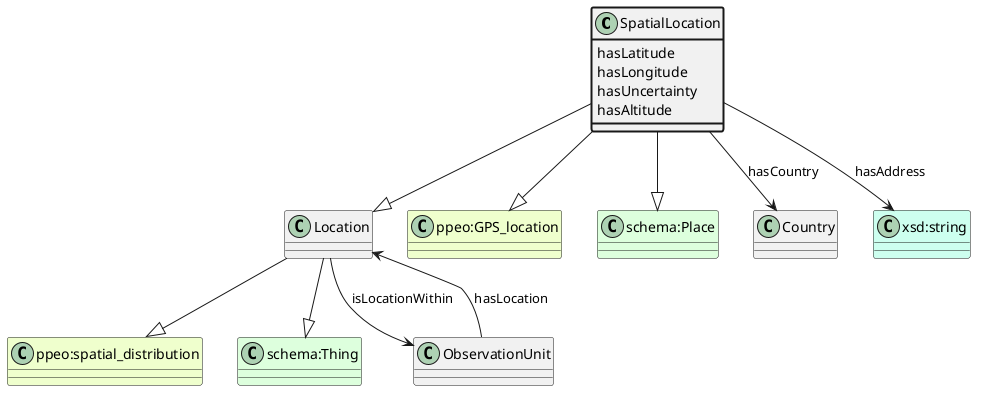
Before: ttl_uml/ttl_appn_SpatialLocation.png, a diagram exported from PlantUML (aus-plant-phenomics-network/appn-schema).
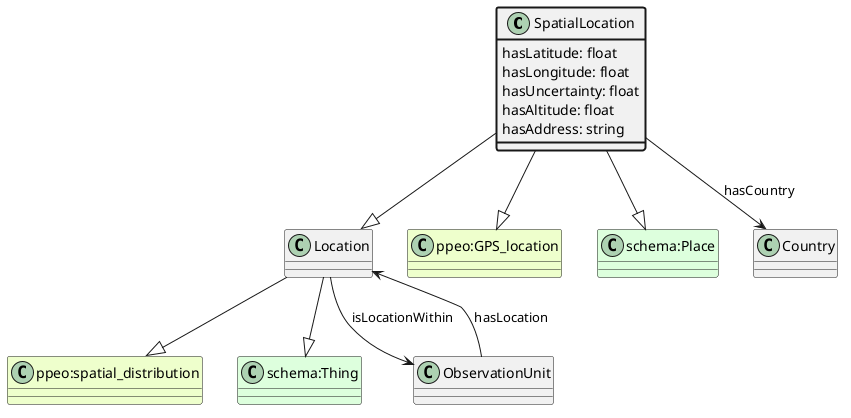
After the change.

What changed in the source:
```diff
@@ -11,21 +11,22 @@
 class "schema:Place" #DDFFDD
 SpatialLocation --|> "schema:Place"
 class SpatialLocation #line.bold {
-    hasLatitude
+    hasLatitude: float
 }
 class SpatialLocation #line.bold {
-    hasLongitude
+    hasLongitude: float
 }
 class SpatialLocation #line.bold {
-    hasUncertainty
+    hasUncertainty: float
 }
 class SpatialLocation #line.bold {
-    hasAltitude
+    hasAltitude: float
 }
 class Country
 SpatialLocation --> Country : hasCountry
-class "xsd:string" #CCFFEE
-SpatialLocation --> "xsd:string" : hasAddress
+class SpatialLocation #line.bold {
+    hasAddress: string
+}
 class ObservationUnit
 ObservationUnit --> Location : hasLocation
 class ObservationUnit
```
